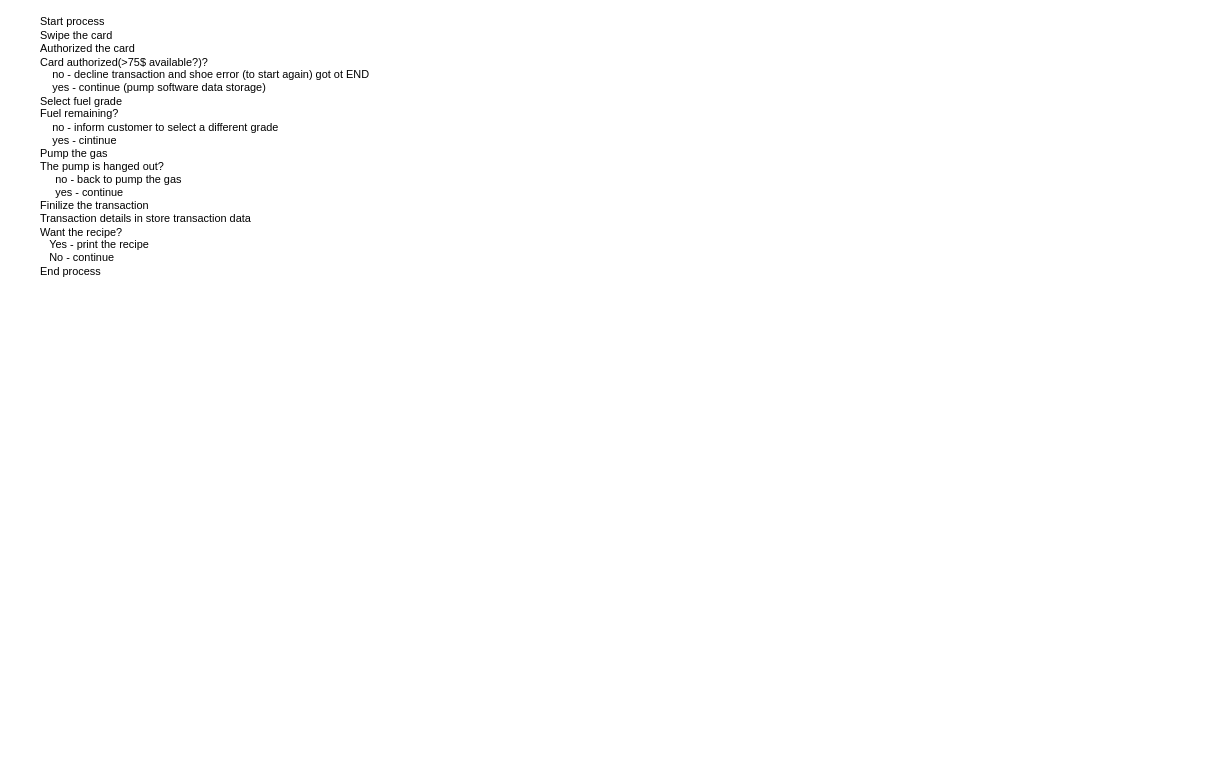
This is page "pay at the pump process" (6 of 6) of Untitled Diagram.drawio from lil971/FirstRepository, a draw.io file, before an edit. Source tidied: cells renumbered, new cells numbered last; positions are measured from the earlier drawing's top-left corner, leaving out a move shared by most shapes. Both pictures are drawn from the tidied source at 91%, with x=0, y=0 at pixel (38, 25).
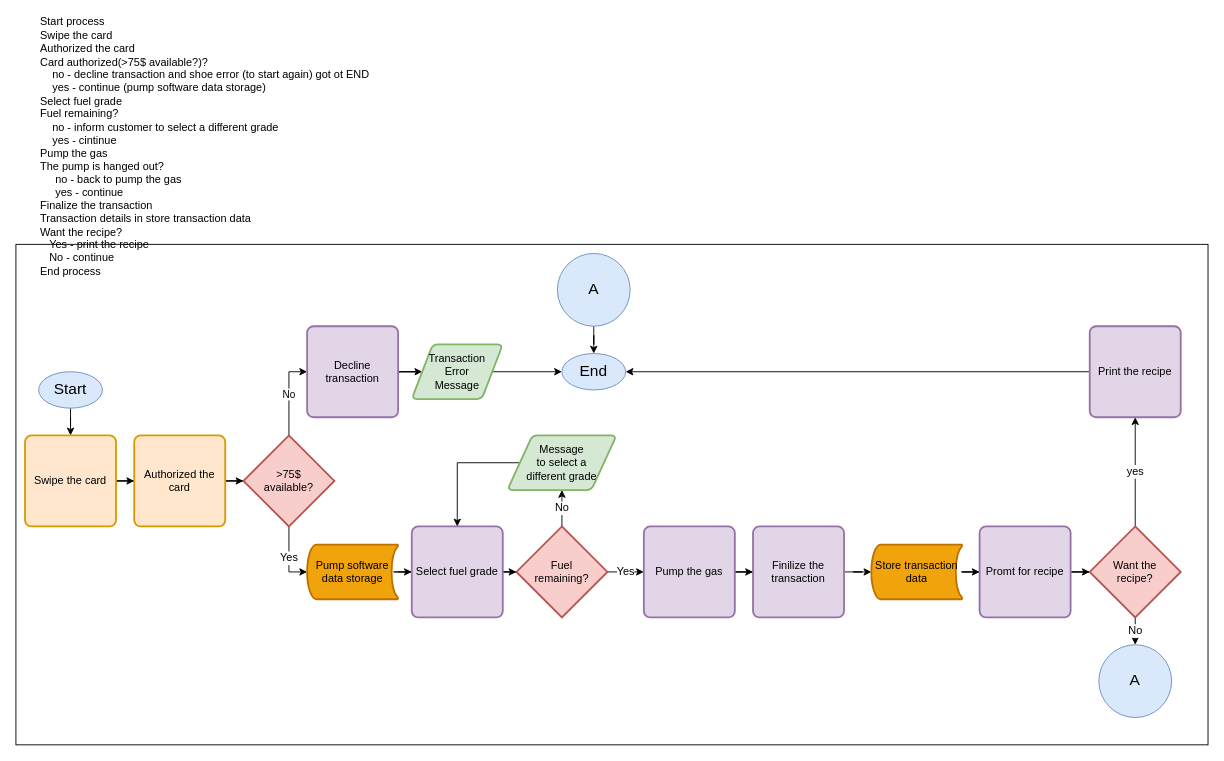
After the change.

Change to the diagram source:
```diff
@@
+    <mxCell id="3" style="rounded=0;whiteSpace=wrap;html=1;fontSize=12;" parent="1" vertex="1">
+      <mxGeometry x="-25" y="240" width="1310" height="550" as="geometry" />
+    </mxCell>
-    <mxCell id="2" value="Start process&lt;br&gt;Swipe the card&lt;br&gt;Authorized the card&lt;br&gt;Card authorized(&amp;gt;75$ available?)?&lt;br&gt;&amp;nbsp; &amp;nbsp; no - decline transaction and shoe error (to start again) got ot END&lt;br&gt;&amp;nbsp; &amp;nbsp; yes - continue (pump software data storage)&lt;br&gt;Select fuel grade&lt;br&gt;Fuel remaining?&lt;br&gt;&amp;nbsp; &amp;nbsp; no - inform customer to select a different grade&lt;br&gt;&amp;nbsp; &amp;nbsp; yes - cintinue&lt;br&gt;Pump the gas&lt;br&gt;The pump is hanged out?&lt;br&gt;&amp;nbsp; &amp;nbsp; &amp;nbsp;no - back to pump the gas&lt;br&gt;&amp;nbsp; &amp;nbsp; &amp;nbsp;yes - continue&lt;br&gt;Finilize the transaction&lt;br&gt;Transaction details in store transaction data&lt;br&gt;Want the recipe?&lt;br&gt;&amp;nbsp; &amp;nbsp;Yes - print the recipe&lt;br&gt;&amp;nbsp; &amp;nbsp;No - continue&lt;br&gt;End process&lt;br&gt;&amp;nbsp;" style="text;html=1;strokeColor=none;fillColor=none;align=left;verticalAlign=middle;whiteSpace=wrap;rounded=0;" parent="1" vertex="1">
+    <mxCell id="2" value="Start process&lt;br&gt;Swipe the card&lt;br&gt;Authorized the card&lt;br&gt;Card authorized(&amp;gt;75$ available?)?&lt;br&gt;&amp;nbsp; &amp;nbsp; no - decline transaction and shoe error (to start again) got ot END&lt;br&gt;&amp;nbsp; &amp;nbsp; yes - continue (pump software data storage)&lt;br&gt;Select fuel grade&lt;br&gt;Fuel remaining?&lt;br&gt;&amp;nbsp; &amp;nbsp; no - inform customer to select a different grade&lt;br&gt;&amp;nbsp; &amp;nbsp; yes - cintinue&lt;br&gt;Pump the gas&lt;br&gt;The pump is hanged out?&lt;br&gt;&amp;nbsp; &amp;nbsp; &amp;nbsp;no - back to pump the gas&lt;br&gt;&amp;nbsp; &amp;nbsp; &amp;nbsp;yes - continue&lt;br&gt;Finalize the transaction&lt;br&gt;Transaction details in store transaction data&lt;br&gt;Want the recipe?&lt;br&gt;&amp;nbsp; &amp;nbsp;Yes - print the recipe&lt;br&gt;&amp;nbsp; &amp;nbsp;No - continue&lt;br&gt;End process&lt;br&gt;&amp;nbsp;" style="text;html=1;strokeColor=none;fillColor=none;align=left;verticalAlign=middle;whiteSpace=wrap;rounded=0;" parent="1" vertex="1">
       <mxGeometry width="410" height="280" as="geometry" />
     </mxCell>
+    <mxCell id="4" style="edgeStyle=orthogonalEdgeStyle;rounded=0;jettySize=auto;html=1;fontSize=12;" parent="1" edge="1" source="5" target="8">
+      <mxGeometry relative="1" as="geometry" />
+    </mxCell>
+    <mxCell id="5" value="Start" style="ellipse;whiteSpace=wrap;html=1;fontSize=17;fillColor=#dae8fc;strokeColor=#6c8ebf;" parent="1" vertex="1">
+      <mxGeometry y="380" width="70" height="40" as="geometry" />
+    </mxCell>
+    <mxCell id="6" value="End" style="ellipse;whiteSpace=wrap;html=1;fontSize=17;fillColor=#dae8fc;strokeColor=#6c8ebf;" parent="1" vertex="1">
+      <mxGeometry x="575" y="360" width="70" height="40" as="geometry" />
+    </mxCell>
+    <mxCell id="7" style="edgeStyle=orthogonalEdgeStyle;rounded=0;jettySize=auto;html=1;" parent="1" edge="1" source="8" target="10">
+      <mxGeometry relative="1" as="geometry" />
+    </mxCell>
+    <mxCell id="8" value="Swipe the card" style="rounded=1;whiteSpace=wrap;html=1;absoluteArcSize=1;arcSize=14;strokeWidth=2;fillColor=#ffe6cc;strokeColor=#d79b00;" parent="1" vertex="1">
+      <mxGeometry x="-15" y="450" width="100" height="100" as="geometry" />
+    </mxCell>
+    <mxCell id="9" style="edgeStyle=orthogonalEdgeStyle;rounded=0;jettySize=auto;html=1;" parent="1" edge="1" source="10" target="13">
+      <mxGeometry relative="1" as="geometry" />
+    </mxCell>
+    <mxCell id="10" value="&lt;span style=&quot;text-align: left&quot;&gt;Authorized the card&lt;/span&gt;" style="rounded=1;whiteSpace=wrap;html=1;absoluteArcSize=1;arcSize=14;strokeWidth=2;fillColor=#ffe6cc;strokeColor=#d79b00;" parent="1" vertex="1">
+      <mxGeometry x="105" y="450" width="100" height="100" as="geometry" />
+    </mxCell>
+    <mxCell id="11" value="No" style="edgeStyle=orthogonalEdgeStyle;rounded=0;jettySize=auto;html=1;entryX=0;entryY=0.5;entryDx=0;entryDy=0;" parent="1" edge="1" source="13" target="15">
+      <mxGeometry relative="1" as="geometry" />
+    </mxCell>
+    <mxCell id="12" value="Yes" style="edgeStyle=orthogonalEdgeStyle;rounded=0;jettySize=auto;html=1;entryX=0;entryY=0.5;entryDx=0;entryDy=0;fontSize=12;entryPerimeter=0;" parent="1" edge="1" source="13" target="19">
+      <mxGeometry relative="1" as="geometry" />
+    </mxCell>
+    <mxCell id="13" value="&lt;span style=&quot;text-align: left&quot;&gt;&amp;gt;75$ &lt;br&gt;available?&lt;/span&gt;" style="strokeWidth=2;html=1;shape=mxgraph.flowchart.decision;whiteSpace=wrap;fillColor=#f8cecc;strokeColor=#b85450;" parent="1" vertex="1">
+      <mxGeometry x="225" y="450" width="100" height="100" as="geometry" />
+    </mxCell>
+    <mxCell id="14" style="edgeStyle=orthogonalEdgeStyle;rounded=0;jettySize=auto;html=1;fontSize=12;" parent="1" edge="1" source="15" target="17">
+      <mxGeometry relative="1" as="geometry" />
+    </mxCell>
+    <mxCell id="15" value="&lt;span style=&quot;text-align: left&quot;&gt;Decline transaction&lt;/span&gt;" style="rounded=1;whiteSpace=wrap;html=1;absoluteArcSize=1;arcSize=14;strokeWidth=2;fillColor=#e1d5e7;strokeColor=#9673a6;" parent="1" vertex="1">
+      <mxGeometry x="295" y="330" width="100" height="100" as="geometry" />
+    </mxCell>
+    <mxCell id="16" style="edgeStyle=orthogonalEdgeStyle;rounded=0;jettySize=auto;html=1;fontSize=12;" parent="1" edge="1" source="17" target="6">
+      <mxGeometry relative="1" as="geometry" />
+    </mxCell>
+    <mxCell id="17" value="Transaction&lt;br style=&quot;font-size: 12px&quot;&gt;Error&lt;br&gt;Message" style="shape=parallelogram;html=1;strokeWidth=2;perimeter=parallelogramPerimeter;whiteSpace=wrap;rounded=1;arcSize=12;size=0.23;labelBackgroundColor=none;startSize=70;fillColor=#d5e8d4;fontSize=12;strokeColor=#82b366;" parent="1" vertex="1">
+      <mxGeometry x="410" y="350" width="100" height="60" as="geometry" />
+    </mxCell>
+    <mxCell id="18" style="edgeStyle=orthogonalEdgeStyle;rounded=0;jettySize=auto;html=1;fontSize=12;" parent="1" edge="1" source="19" target="21">
+      <mxGeometry relative="1" as="geometry" />
+    </mxCell>
+    <mxCell id="19" value="&lt;span style=&quot;color: rgb(0 , 0 , 0) ; text-align: left&quot;&gt;Pump software data storage&lt;/span&gt;" style="strokeWidth=2;html=1;shape=mxgraph.flowchart.stored_data;whiteSpace=wrap;align=center;fillColor=#f0a30a;strokeColor=#BD7000;fontColor=#ffffff;" parent="1" vertex="1">
+      <mxGeometry x="295" y="570" width="100" height="60" as="geometry" />
+    </mxCell>
+    <mxCell id="20" style="edgeStyle=orthogonalEdgeStyle;rounded=0;jettySize=auto;html=1;fontSize=12;" parent="1" edge="1" source="21" target="24">
+      <mxGeometry relative="1" as="geometry" />
+    </mxCell>
+    <mxCell id="21" value="&lt;span style=&quot;text-align: left&quot;&gt;Select fuel grade&lt;/span&gt;" style="rounded=1;whiteSpace=wrap;html=1;absoluteArcSize=1;arcSize=14;strokeWidth=2;fillColor=#e1d5e7;strokeColor=#9673a6;fontSize=12;" parent="1" vertex="1">
+      <mxGeometry x="410" y="550" width="100" height="100" as="geometry" />
+    </mxCell>
+    <mxCell id="22" value="No" style="edgeStyle=orthogonalEdgeStyle;rounded=0;jettySize=auto;html=1;fontSize=12;" parent="1" edge="1" source="24" target="26">
+      <mxGeometry relative="1" as="geometry" />
+    </mxCell>
+    <mxCell id="23" value="Yes" style="edgeStyle=orthogonalEdgeStyle;rounded=0;jettySize=auto;html=1;fontSize=12;" parent="1" edge="1" source="24" target="28">
+      <mxGeometry relative="1" as="geometry" />
+    </mxCell>
+    <mxCell id="24" value="&lt;span style=&quot;text-align: left&quot;&gt;Fuel &lt;br&gt;remaining?&lt;/span&gt;" style="strokeWidth=2;html=1;shape=mxgraph.flowchart.decision;whiteSpace=wrap;fillColor=#f8cecc;strokeColor=#b85450;fontSize=12;" parent="1" vertex="1">
+      <mxGeometry x="525" y="550" width="100" height="100" as="geometry" />
+    </mxCell>
+    <mxCell id="25" style="edgeStyle=orthogonalEdgeStyle;rounded=0;jettySize=auto;html=1;fontSize=12;" parent="1" edge="1" source="26" target="21">
+      <mxGeometry relative="1" as="geometry" />
+    </mxCell>
+    <mxCell id="26" value="Message &lt;br&gt;to&amp;nbsp;&lt;span style=&quot;text-align: left&quot;&gt;select a &lt;br&gt;different grade&lt;/span&gt;" style="shape=parallelogram;html=1;strokeWidth=2;perimeter=parallelogramPerimeter;whiteSpace=wrap;rounded=1;arcSize=12;size=0.23;labelBackgroundColor=none;startSize=70;fillColor=#d5e8d4;fontSize=12;strokeColor=#82b366;" parent="1" vertex="1">
+      <mxGeometry x="515" y="450" width="120" height="60" as="geometry" />
+    </mxCell>
+    <mxCell id="27" style="edgeStyle=orthogonalEdgeStyle;rounded=0;jettySize=auto;html=1;fontSize=12;" parent="1" edge="1" source="28" target="30">
+      <mxGeometry relative="1" as="geometry" />
+    </mxCell>
+    <mxCell id="28" value="&lt;span style=&quot;text-align: left&quot;&gt;Pump the gas&lt;/span&gt;" style="rounded=1;whiteSpace=wrap;html=1;absoluteArcSize=1;arcSize=14;strokeWidth=2;fillColor=#e1d5e7;strokeColor=#9673a6;fontSize=12;" parent="1" vertex="1">
+      <mxGeometry x="665" y="550" width="100" height="100" as="geometry" />
+    </mxCell>
+    <mxCell id="29" style="edgeStyle=orthogonalEdgeStyle;rounded=0;jettySize=auto;html=1;fontSize=12;" parent="1" edge="1" source="30" target="32">
+      <mxGeometry relative="1" as="geometry" />
+    </mxCell>
+    <mxCell id="30" value="&lt;span style=&quot;text-align: left&quot;&gt;Finilize the transaction&lt;/span&gt;" style="rounded=1;whiteSpace=wrap;html=1;absoluteArcSize=1;arcSize=14;strokeWidth=2;fillColor=#e1d5e7;strokeColor=#9673a6;fontSize=12;" parent="1" vertex="1">
+      <mxGeometry x="785" y="550" width="100" height="100" as="geometry" />
+    </mxCell>
+    <mxCell id="31" style="edgeStyle=orthogonalEdgeStyle;rounded=0;jettySize=auto;html=1;fontSize=12;" parent="1" edge="1" source="32" target="42">
+      <mxGeometry relative="1" as="geometry" />
+    </mxCell>
+    <mxCell id="32" value="&lt;span style=&quot;color: rgb(0 , 0 , 0) ; text-align: left&quot;&gt;Store transaction data&lt;/span&gt;" style="strokeWidth=2;html=1;shape=mxgraph.flowchart.stored_data;whiteSpace=wrap;align=center;fillColor=#f0a30a;strokeColor=#BD7000;fontColor=#ffffff;" parent="1" vertex="1">
+      <mxGeometry x="915" y="570" width="100" height="60" as="geometry" />
+    </mxCell>
+    <mxCell id="33" value="yes" style="edgeStyle=orthogonalEdgeStyle;rounded=0;jettySize=auto;html=1;fontSize=12;" parent="1" edge="1" source="35" target="37">
+      <mxGeometry relative="1" as="geometry" />
+    </mxCell>
+    <mxCell id="34" value="No" style="edgeStyle=orthogonalEdgeStyle;rounded=0;jettySize=auto;html=1;fontSize=12;" parent="1" edge="1" source="35" target="38">
+      <mxGeometry relative="1" as="geometry" />
+    </mxCell>
+    <mxCell id="35" value="&lt;span style=&quot;text-align: left&quot;&gt;Want the &lt;br&gt;recipe?&lt;/span&gt;" style="strokeWidth=2;html=1;shape=mxgraph.flowchart.decision;whiteSpace=wrap;fillColor=#f8cecc;strokeColor=#b85450;fontSize=12;" parent="1" vertex="1">
+      <mxGeometry x="1155" y="550" width="100" height="100" as="geometry" />
+    </mxCell>
+    <mxCell id="36" style="edgeStyle=orthogonalEdgeStyle;rounded=0;jettySize=auto;html=1;fontSize=12;" parent="1" edge="1" source="37" target="6">
+      <mxGeometry relative="1" as="geometry" />
+    </mxCell>
+    <mxCell id="37" value="&lt;span style=&quot;text-align: left&quot;&gt;Print the recipe&lt;/span&gt;" style="rounded=1;whiteSpace=wrap;html=1;absoluteArcSize=1;arcSize=14;strokeWidth=2;fillColor=#e1d5e7;strokeColor=#9673a6;fontSize=12;" parent="1" vertex="1">
+      <mxGeometry x="1155" y="330" width="100" height="100" as="geometry" />
+    </mxCell>
+    <mxCell id="38" value="A" style="ellipse;whiteSpace=wrap;html=1;fontSize=17;fillColor=#dae8fc;strokeColor=#6c8ebf;" parent="1" vertex="1">
+      <mxGeometry x="1165" y="680" width="80" height="80" as="geometry" />
+    </mxCell>
+    <mxCell id="39" style="edgeStyle=orthogonalEdgeStyle;rounded=0;jettySize=auto;html=1;fontSize=12;" parent="1" edge="1" source="40" target="6">
+      <mxGeometry relative="1" as="geometry" />
+    </mxCell>
+    <mxCell id="40" value="A" style="ellipse;whiteSpace=wrap;html=1;fontSize=17;fillColor=#dae8fc;strokeColor=#6c8ebf;" parent="1" vertex="1">
+      <mxGeometry x="570" y="250" width="80" height="80" as="geometry" />
+    </mxCell>
+    <mxCell id="41" style="edgeStyle=orthogonalEdgeStyle;rounded=0;jettySize=auto;html=1;fontSize=12;" parent="1" edge="1" source="42" target="35">
+      <mxGeometry relative="1" as="geometry" />
+    </mxCell>
+    <mxCell id="42" value="&lt;span style=&quot;text-align: left&quot;&gt;Promt for recipe&lt;/span&gt;" style="rounded=1;whiteSpace=wrap;html=1;absoluteArcSize=1;arcSize=14;strokeWidth=2;fillColor=#e1d5e7;strokeColor=#9673a6;fontSize=12;" parent="1" vertex="1">
+      <mxGeometry x="1034" y="550" width="100" height="100" as="geometry" />
+    </mxCell>
```
